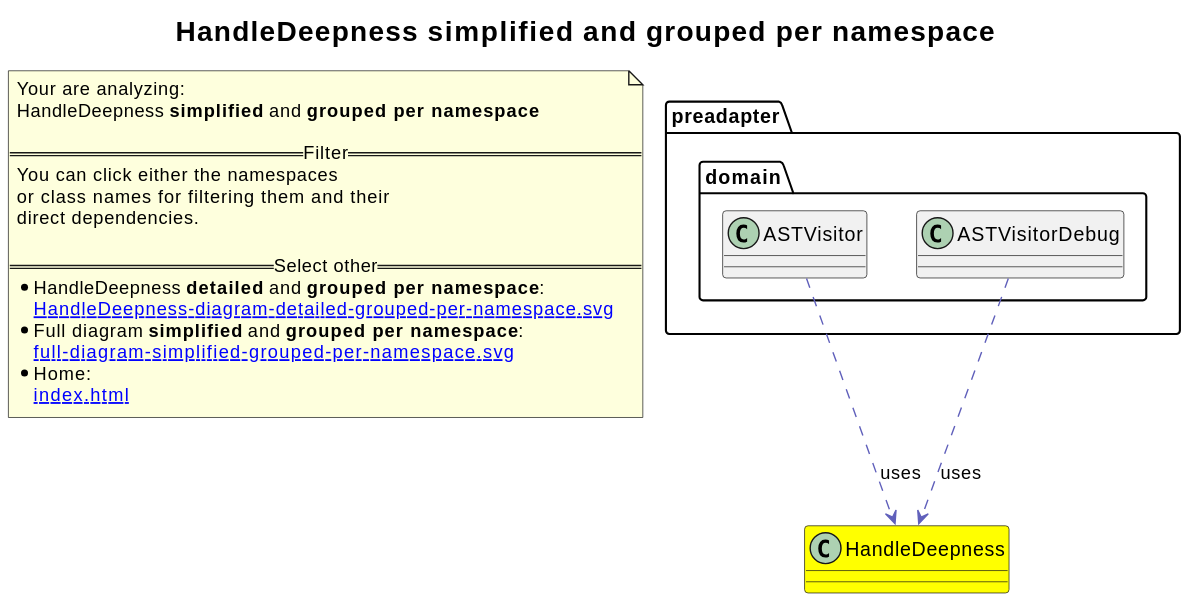
2BlackCoffees/revenger keeps this PlantUML diagram as revenger-java-adapter.out/HandleDeepness-diagram-simplified-grouped-per-namespace.svg. Above is the earlier version. Its diagram source:
```plantuml
@startuml
title <size:20>HandleDeepness **simplified** and **grouped per namespace**</size>
note "Your are analyzing:\nHandleDeepness **simplified** and **grouped per namespace**\n\n==Filter==\nYou can click either the namespaces \nor class names for filtering them and their\ndirect dependencies.\n\n==Select other==\n* HandleDeepness **detailed** and **grouped per namespace**:\n   [[HandleDeepness-diagram-detailed-grouped-per-namespace.svg]]\n* Full diagram **simplified** and **grouped per namespace**:\n   [[full-diagram-simplified-grouped-per-namespace.svg]]\n* Home:\n   [[index.html]]" as FloatingNote
class HandleDeepness [[HandleDeepness-diagram-simplified-grouped-per-namespace.svg]] #yellow {
}
namespace preadapter [[preadapter-diagram-simplified-grouped-per-namespace.svg]] {
namespace preadapter.domain [[preadapter.domain-diagram-simplified-grouped-per-namespace.svg]] {
  class preadapter.domain.ASTVisitor [[preadapter.domain.ASTVisitor-diagram-simplified-grouped-per-namespace.svg]]  {
  }
  class preadapter.domain.ASTVisitorDebug [[preadapter.domain.ASTVisitorDebug-diagram-simplified-grouped-per-namespace.svg]]  {
  }
}
}
preadapter.domain.ASTVisitor .[#6060BB].> HandleDeepness  : uses
preadapter.domain.ASTVisitorDebug .[#6060BB].> HandleDeepness  : uses
@enduml
```
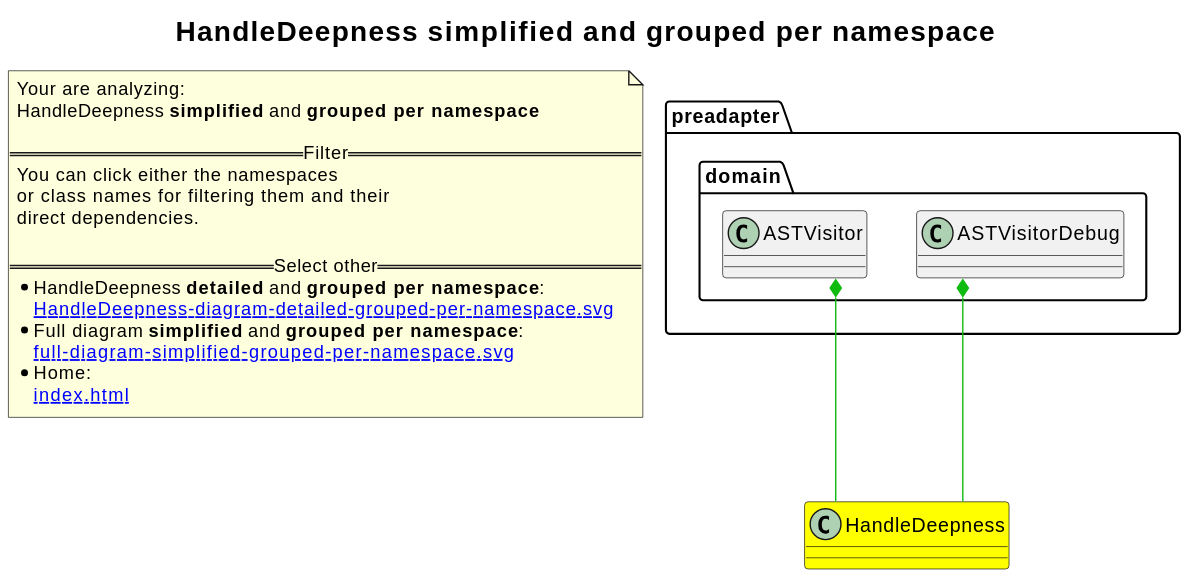
Above is the later version.

Diff of the diagram source:
```diff
@@ -1,16 +1,17 @@
 @startuml
+skinparam linetype ortho
 title <size:20>HandleDeepness **simplified** and **grouped per namespace**</size>
 note "Your are analyzing:\nHandleDeepness **simplified** and **grouped per namespace**\n\n==Filter==\nYou can click either the namespaces \nor class names for filtering them and their\ndirect dependencies.\n\n==Select other==\n* HandleDeepness **detailed** and **grouped per namespace**:\n   [[HandleDeepness-diagram-detailed-grouped-per-namespace.svg]]\n* Full diagram **simplified** and **grouped per namespace**:\n   [[full-diagram-simplified-grouped-per-namespace.svg]]\n* Home:\n   [[index.html]]" as FloatingNote
 class HandleDeepness [[HandleDeepness-diagram-simplified-grouped-per-namespace.svg]] #yellow {
 }
 namespace preadapter [[preadapter-diagram-simplified-grouped-per-namespace.svg]] {
 namespace preadapter.domain [[preadapter.domain-diagram-simplified-grouped-per-namespace.svg]] {
+  class preadapter.domain.ASTVisitorDebug [[preadapter.domain.ASTVisitorDebug-diagram-simplified-grouped-per-namespace.svg]]  {
+  }
   class preadapter.domain.ASTVisitor [[preadapter.domain.ASTVisitor-diagram-simplified-grouped-per-namespace.svg]]  {
-  }
-  class preadapter.domain.ASTVisitorDebug [[preadapter.domain.ASTVisitorDebug-diagram-simplified-grouped-per-namespace.svg]]  {
   }
 }
 }
-preadapter.domain.ASTVisitor .[#6060BB].> HandleDeepness  : uses
-preadapter.domain.ASTVisitorDebug .[#6060BB].> HandleDeepness  : uses
+preadapter.domain.ASTVisitorDebug *-[#10BB10]- HandleDeepness
+preadapter.domain.ASTVisitor *-[#10BB10]- HandleDeepness
 @enduml
```
